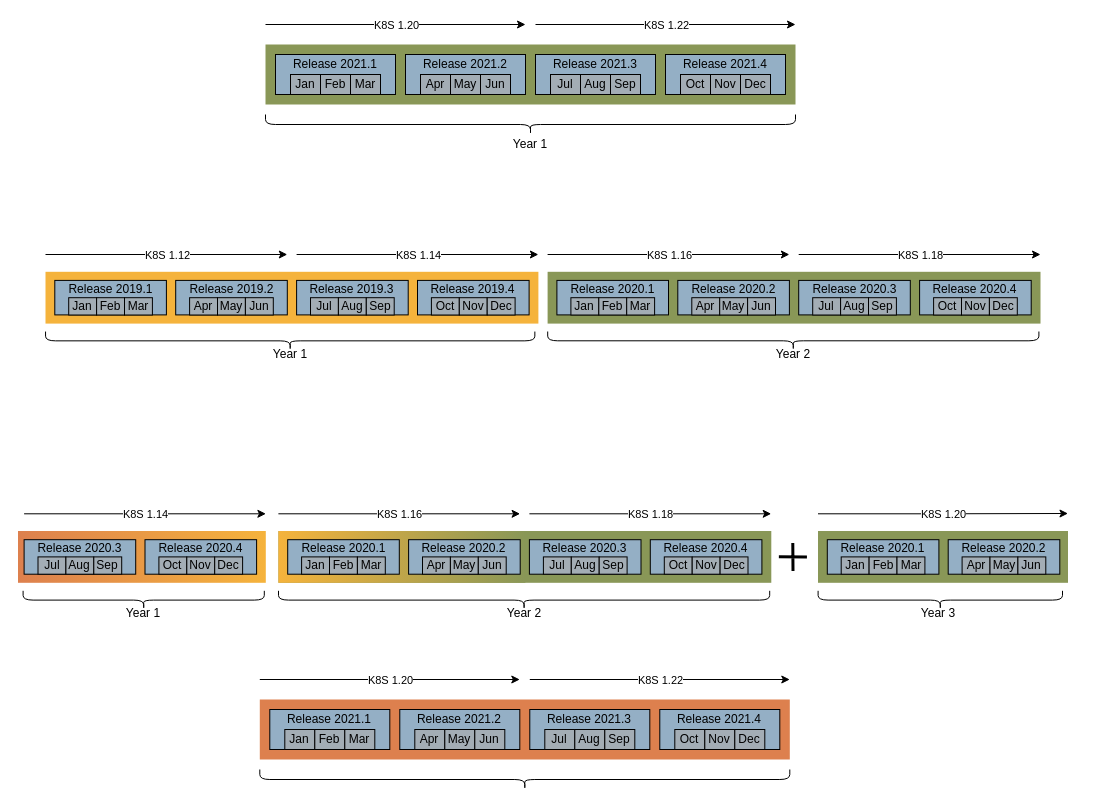
Before: Untitled Diagram.drawio in Yaroslav-Lahtachev/agile-course-practice, a draw.io diagram. Source tidied: cells renumbered, new cells numbered last; positions are measured from the earlier drawing's top-left corner, leaving out a move shared by most shapes. Both pictures are drawn from the tidied source at 100%, with x=0, y=0 at pixel (17, -141).
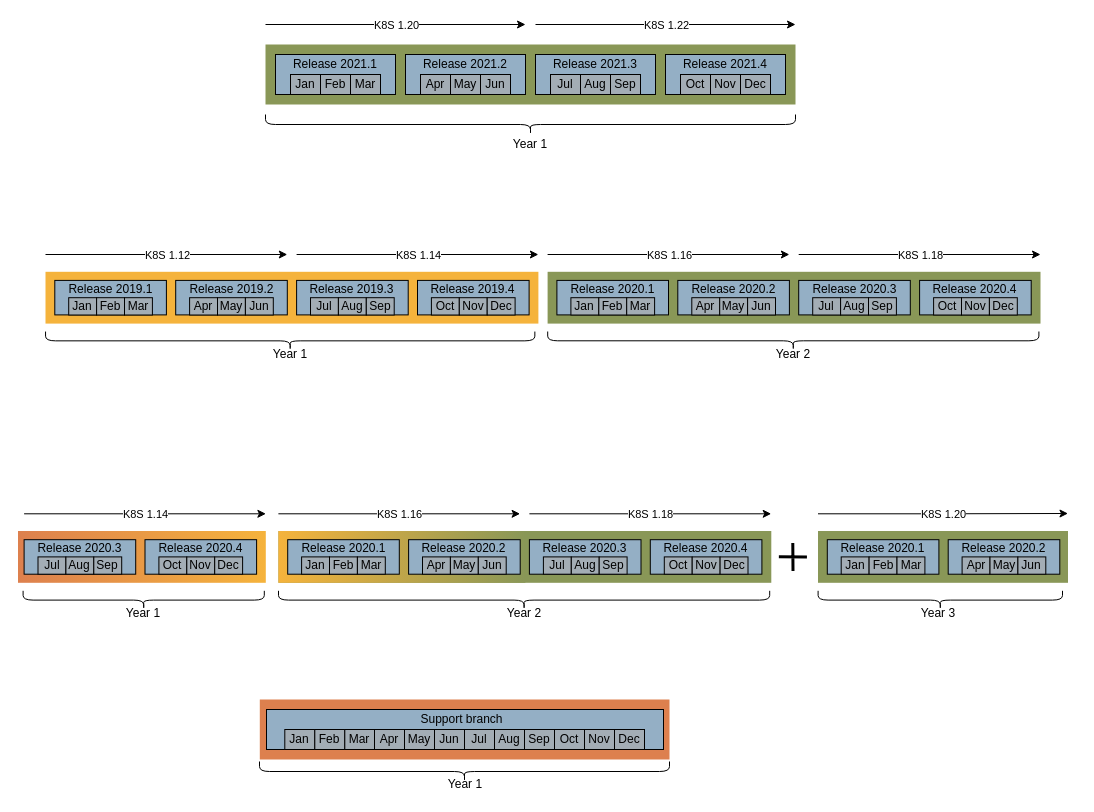
The same page after the edit.

Change to the diagram source:
```diff
@@
+    <mxCell id="142" style="rounded=0;whiteSpace=wrap;html=1;strokeColor=none;fillColor=#DD804E;" parent="1" vertex="1">
+      <mxGeometry x="242.3" y="840" width="409.7" height="60" as="geometry" />
+    </mxCell>
+    <mxCell id="168" style="rounded=0;whiteSpace=wrap;html=1;align=left;horizontal=0;fillColor=#94AFC5;" parent="1" vertex="1">
+      <mxGeometry x="249" y="850" width="397" height="40" as="geometry" />
+    </mxCell>
@@
-    <mxCell id="142" style="rounded=0;whiteSpace=wrap;html=1;strokeColor=none;fillColor=#DD804E;" parent="1" vertex="1">
-      <mxGeometry x="242.3" y="840" width="530" height="60" as="geometry" />
-    </mxCell>
-    <mxCell id="143" style="rounded=0;whiteSpace=wrap;html=1;align=left;horizontal=0;fillColor=#94AFC5;" parent="1" vertex="1">
-      <mxGeometry x="252.3" y="850" width="120" height="40" as="geometry" />
-    </mxCell>
-    <mxCell id="144" style="rounded=0;whiteSpace=wrap;html=1;fillColor=#94AFC5;" parent="1" vertex="1">
-      <mxGeometry x="382.3" y="850" width="120" height="40" as="geometry" />
-    </mxCell>
-    <mxCell id="145" style="rounded=0;whiteSpace=wrap;html=1;fillColor=#94AFC5;" parent="1" vertex="1">
-      <mxGeometry x="512.3" y="850" width="120" height="40" as="geometry" />
-    </mxCell>
-    <mxCell id="146" style="rounded=0;whiteSpace=wrap;html=1;fillColor=#94AFC5;" parent="1" vertex="1">
-      <mxGeometry x="642.3" y="850" width="120" height="40" as="geometry" />
-    </mxCell>
@@
     <mxCell id="150" value="Apr" style="rounded=0;whiteSpace=wrap;html=1;fillColor=#A3ADB5;" parent="1" vertex="1">
-      <mxGeometry x="397.3" y="870" width="30" height="20" as="geometry" />
+      <mxGeometry x="357" y="870" width="30" height="20" as="geometry" />
     </mxCell>
     <mxCell id="151" value="May" style="rounded=0;whiteSpace=wrap;html=1;fillColor=#A3ADB5;" parent="1" vertex="1">
-      <mxGeometry x="427.3" y="870" width="30" height="20" as="geometry" />
+      <mxGeometry x="387" y="870" width="30" height="20" as="geometry" />
     </mxCell>
     <mxCell id="152" value="Jun" style="rounded=0;whiteSpace=wrap;html=1;fillColor=#A3ADB5;" parent="1" vertex="1">
-      <mxGeometry x="457.3" y="870" width="30" height="20" as="geometry" />
+      <mxGeometry x="417" y="870" width="30" height="20" as="geometry" />
     </mxCell>
     <mxCell id="153" value="Jul" style="rounded=0;whiteSpace=wrap;html=1;fillColor=#A3ADB5;" parent="1" vertex="1">
-      <mxGeometry x="527.3" y="870" width="30" height="20" as="geometry" />
+      <mxGeometry x="447" y="870" width="30" height="20" as="geometry" />
     </mxCell>
     <mxCell id="154" value="Aug" style="rounded=0;whiteSpace=wrap;html=1;fillColor=#A3ADB5;" parent="1" vertex="1">
-      <mxGeometry x="557.3" y="870" width="30" height="20" as="geometry" />
+      <mxGeometry x="477" y="870" width="30" height="20" as="geometry" />
     </mxCell>
     <mxCell id="155" value="Sep" style="rounded=0;whiteSpace=wrap;html=1;fillColor=#A3ADB5;" parent="1" vertex="1">
-      <mxGeometry x="587.3" y="870" width="30" height="20" as="geometry" />
+      <mxGeometry x="507" y="870" width="30" height="20" as="geometry" />
     </mxCell>
     <mxCell id="156" value="Oct" style="rounded=0;whiteSpace=wrap;html=1;fillColor=#A3ADB5;" parent="1" vertex="1">
-      <mxGeometry x="657.3" y="870" width="30" height="20" as="geometry" />
+      <mxGeometry x="537" y="870" width="30" height="20" as="geometry" />
     </mxCell>
     <mxCell id="157" value="Nov" style="rounded=0;whiteSpace=wrap;html=1;fillColor=#A3ADB5;" parent="1" vertex="1">
-      <mxGeometry x="687.3" y="870" width="30" height="20" as="geometry" />
+      <mxGeometry x="567" y="870" width="30" height="20" as="geometry" />
     </mxCell>
     <mxCell id="158" value="Dec" style="rounded=0;whiteSpace=wrap;html=1;fillColor=#A3ADB5;" parent="1" vertex="1">
-      <mxGeometry x="717.3" y="870" width="30" height="20" as="geometry" />
+      <mxGeometry x="597" y="870" width="30" height="20" as="geometry" />
     </mxCell>
-    <mxCell id="159" value="Release 2021.1" style="text;html=1;strokeColor=none;fillColor=none;align=center;verticalAlign=middle;whiteSpace=wrap;rounded=0;" parent="1" vertex="1">
-      <mxGeometry x="262.3" y="850" width="100" height="20" as="geometry" />
-    </mxCell>
-    <mxCell id="160" value="Release 2021.2" style="text;html=1;strokeColor=none;fillColor=none;align=center;verticalAlign=middle;whiteSpace=wrap;rounded=0;" parent="1" vertex="1">
-      <mxGeometry x="392.3" y="850" width="100" height="20" as="geometry" />
-    </mxCell>
-    <mxCell id="161" value="Release 2021.3" style="text;html=1;strokeColor=none;fillColor=none;align=center;verticalAlign=middle;whiteSpace=wrap;rounded=0;" parent="1" vertex="1">
-      <mxGeometry x="522.3" y="850" width="100" height="20" as="geometry" />
-    </mxCell>
-    <mxCell id="162" value="Release 2021.4" style="text;html=1;strokeColor=none;fillColor=none;align=center;verticalAlign=middle;whiteSpace=wrap;rounded=0;" parent="1" vertex="1">
-      <mxGeometry x="652.3" y="850" width="100" height="20" as="geometry" />
-    </mxCell>
-    <mxCell id="163" style="endArrow=classic;html=1;" parent="1" edge="1">
-      <mxGeometry relative="1" as="geometry">
-        <mxPoint x="242.3" y="820" as="sourcePoint" />
-        <mxPoint x="502.3" y="820" as="targetPoint" />
-        <Array as="points">
-          <mxPoint x="372.3" y="820" />
-        </Array>
-      </mxGeometry>
-    </mxCell>
-    <mxCell id="164" value="K8S 1.20" style="edgeLabel;html=1;align=center;verticalAlign=middle;" parent="163" vertex="1">
-      <mxGeometry relative="1" as="geometry" />
-    </mxCell>
-    <mxCell id="165" style="endArrow=classic;html=1;" parent="1" edge="1">
-      <mxGeometry relative="1" as="geometry">
-        <mxPoint x="512.3" y="820" as="sourcePoint" />
-        <mxPoint x="772.3" y="820" as="targetPoint" />
-      </mxGeometry>
-    </mxCell>
-    <mxCell id="166" value="K8S 1.22" style="edgeLabel;html=1;align=center;verticalAlign=middle;" parent="165" vertex="1">
-      <mxGeometry relative="1" as="geometry" />
-    </mxCell>
     <mxCell id="167" style="shape=curlyBracket;whiteSpace=wrap;html=1;rounded=1;rotation=-90;" parent="1" vertex="1">
-      <mxGeometry x="497.3" y="655" width="20" height="530" as="geometry" />
+      <mxGeometry x="437" y="707" width="20" height="410" as="geometry" />
     </mxCell>
+    <mxCell id="169" value="Year 1" style="text;html=1;strokeColor=none;fillColor=none;align=center;verticalAlign=middle;whiteSpace=wrap;rounded=0;" parent="1" vertex="1">
+      <mxGeometry x="428" y="915" width="40" height="20" as="geometry" />
+    </mxCell>
+    <mxCell id="170" value="&lt;span style=&quot;font-family: &amp;#34;arial&amp;#34;&quot;&gt;&lt;font style=&quot;font-size: 12px&quot;&gt;Support branch&lt;/font&gt;&lt;/span&gt;" style="text;html=1;strokeColor=none;fillColor=none;align=center;verticalAlign=middle;whiteSpace=wrap;rounded=0;shadow=0;glass=0;sketch=0;" parent="1" vertex="1">
+      <mxGeometry x="378" y="850" width="133" height="20" as="geometry" />
+    </mxCell>
```
